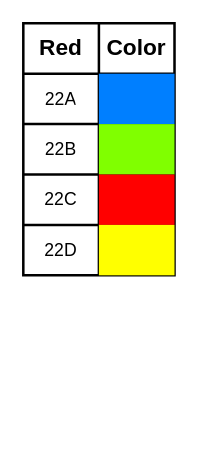
The draw.io diagram Red_22.drawio in williamm6891/Actividad_1_HV, before the edit. Source tidied: cells renumbered, new cells numbered last; positions are measured from the earlier drawing's top-left corner, leaving out a move shared by most shapes. Both pictures are drawn from the tidied source at 126%, with x=0, y=0 at pixel (23, 23).
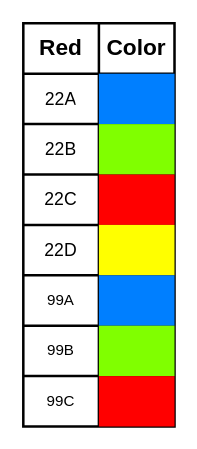
After the change.

What changed in the source:
```diff
@@
     <mxCell id="2" style="shape=table;startSize=0;childLayout=tableLayout;strokeWidth=2;" parent="1" vertex="1">
-      <mxGeometry width="120" height="200" as="geometry" />
+      <mxGeometry width="120" height="320" as="geometry" />
     </mxCell>
@@
+    <mxCell id="18" style="shape=tableRow;horizontal=0;startSize=0;swimlaneHead=0;swimlaneBody=0;strokeColor=inherit;top=0;left=0;bottom=0;right=0;fillColor=none;" parent="2" vertex="1">
+      <mxGeometry y="200" width="120" height="40" as="geometry" />
+    </mxCell>
+    <mxCell id="19" value="99A" style="shape=partialRectangle;html=1;whiteSpace=wrap;strokeColor=inherit;overflow=hidden;fillColor=none;top=0;left=0;bottom=0;right=0;" parent="18" vertex="1">
+      <mxGeometry width="60" height="40" as="geometry" />
+    </mxCell>
+    <mxCell id="20" style="shape=partialRectangle;html=1;whiteSpace=wrap;strokeColor=default;overflow=hidden;fillColor=#007fff;top=0;left=0;bottom=0;right=0;perimeterSpacing=2;" parent="18" vertex="1">
+      <mxGeometry x="60" width="60" height="40" as="geometry" />
+    </mxCell>
+    <mxCell id="21" style="shape=tableRow;horizontal=0;startSize=0;swimlaneHead=0;swimlaneBody=0;strokeColor=inherit;top=0;left=0;bottom=0;right=0;fillColor=none;" parent="2" vertex="1">
+      <mxGeometry y="240" width="120" height="40" as="geometry" />
+    </mxCell>
+    <mxCell id="22" value="99B" style="shape=partialRectangle;html=1;whiteSpace=wrap;strokeColor=inherit;overflow=hidden;fillColor=none;top=0;left=0;bottom=0;right=0;" parent="21" vertex="1">
+      <mxGeometry width="60" height="40" as="geometry" />
+    </mxCell>
+    <mxCell id="23" style="shape=partialRectangle;html=1;whiteSpace=wrap;strokeColor=default;overflow=hidden;fillColor=#80ff00;top=0;left=0;bottom=0;right=0;perimeterSpacing=2;" parent="21" vertex="1">
+      <mxGeometry x="60" width="60" height="40" as="geometry" />
+    </mxCell>
+    <mxCell id="24" style="shape=tableRow;horizontal=0;startSize=0;swimlaneHead=0;swimlaneBody=0;strokeColor=inherit;top=0;left=0;bottom=0;right=0;fillColor=none;" parent="2" vertex="1">
+      <mxGeometry y="280" width="120" height="40" as="geometry" />
+    </mxCell>
+    <mxCell id="25" value="99C" style="shape=partialRectangle;html=1;whiteSpace=wrap;strokeColor=inherit;overflow=hidden;fillColor=none;top=0;left=0;bottom=0;right=0;" parent="24" vertex="1">
+      <mxGeometry width="60" height="40" as="geometry" />
+    </mxCell>
+    <mxCell id="26" style="shape=partialRectangle;html=1;whiteSpace=wrap;strokeColor=default;overflow=hidden;fillColor=#ff0000;top=0;left=0;bottom=0;right=0;perimeterSpacing=2;" parent="24" vertex="1">
+      <mxGeometry x="60" width="60" height="40" as="geometry" />
+    </mxCell>
```
